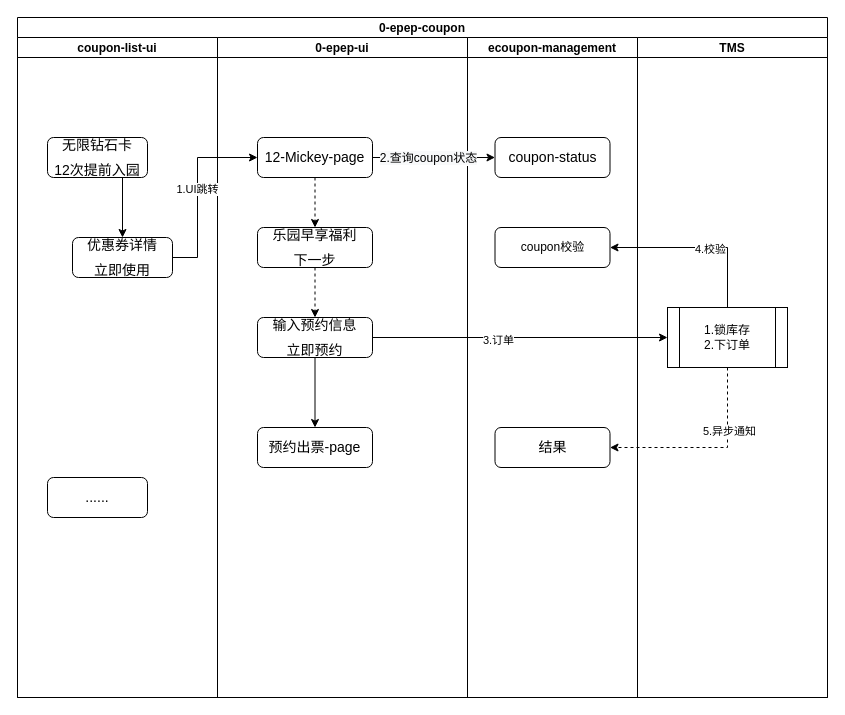
Earlier version of the draw.io diagram disney/0-epep-coupon.drawio (lixyu/draw). Source tidied: cells renumbered, new cells numbered last; positions are measured from the earlier drawing's top-left corner, leaving out a move shared by most shapes. Both pictures are drawn from the tidied source at 100%, with x=0, y=0 at pixel (17, 17).
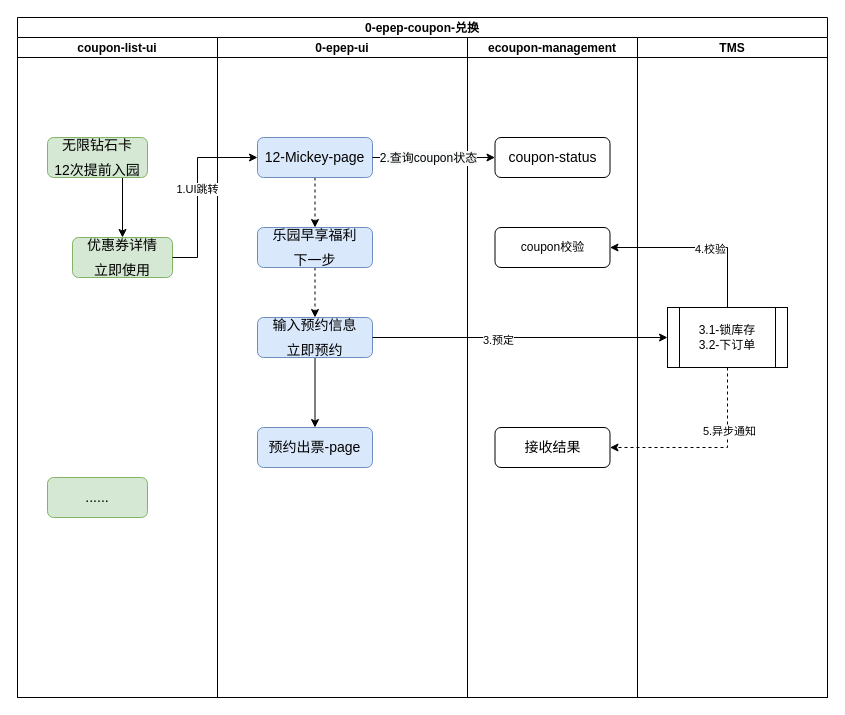
The same diagram, later.

The change refers to these unchanged cells:
```xml
<mxCell id="3" value="coupon-list-ui" style="swimlane;startSize=20;" parent="2" vertex="1">
  <mxGeometry y="20" width="200" height="660" as="geometry" />
</mxCell>
<mxCell id="8" value="0-epep-ui" style="swimlane;startSize=20;" parent="2" vertex="1">
  <mxGeometry x="200" y="20" width="250" height="660" as="geometry" />
</mxCell>
<mxCell id="16" value="ecoupon-management" style="swimlane;startSize=20;" parent="2" vertex="1">
  <mxGeometry x="450" y="20" width="170" height="660" as="geometry" />
</mxCell>
<mxCell id="20" value="TMS" style="swimlane;startSize=20;" parent="2" vertex="1">
  <mxGeometry x="620" y="20" width="190" height="660" as="geometry" />
</mxCell>
<mxCell id="25" style="edgeStyle=orthogonalEdgeStyle;rounded=0;jettySize=auto;html=1;exitX=1;exitY=0.5;exitDx=0;exitDy=0;entryX=0;entryY=0.5;entryDx=0;entryDy=0;" parent="2" edge="1" source="14" target="21">
  <mxGeometry relative="1" as="geometry" />
</mxCell>
```

The edit, as a diff of the source:
```diff
@@
-    <mxCell id="2" value="0-epep-coupon" style="swimlane;startSize=20;" parent="1" vertex="1">
+    <mxCell id="2" value="0-epep-coupon-兑换" style="swimlane;startSize=20;" parent="1" vertex="1">
       <mxGeometry width="810" height="680" as="geometry" />
     </mxCell>
@@
-    <mxCell id="5" value="&lt;div style=&quot;line-height: 1.75 ; font-size: 14px&quot;&gt;无限钻石卡&lt;/div&gt;&lt;div style=&quot;line-height: 1.75 ; font-size: 14px&quot;&gt;12次提前入园&lt;/div&gt;" style="rounded=1;whiteSpace=wrap;html=1;align=center;" parent="3" vertex="1">
+    <mxCell id="5" value="&lt;div style=&quot;line-height: 1.75 ; font-size: 14px&quot;&gt;无限钻石卡&lt;/div&gt;&lt;div style=&quot;line-height: 1.75 ; font-size: 14px&quot;&gt;12次提前入园&lt;/div&gt;" style="rounded=1;whiteSpace=wrap;html=1;align=center;fillColor=#d5e8d4;strokeColor=#82b366;" parent="3" vertex="1">
       <mxGeometry x="30" y="100" width="100" height="40" as="geometry" />
     </mxCell>
-    <mxCell id="6" value="&lt;div style=&quot;text-align: left ; line-height: 1.75 ; font-size: 14px&quot;&gt;......&lt;/div&gt;" style="rounded=1;whiteSpace=wrap;html=1;" parent="3" vertex="1">
+    <mxCell id="6" value="&lt;div style=&quot;text-align: left ; line-height: 1.75 ; font-size: 14px&quot;&gt;......&lt;/div&gt;" style="rounded=1;whiteSpace=wrap;html=1;fillColor=#d5e8d4;strokeColor=#82b366;" parent="3" vertex="1">
       <mxGeometry x="30" y="440" width="100" height="40" as="geometry" />
     </mxCell>
-    <mxCell id="7" value="&lt;div style=&quot;line-height: 1.75 ; font-size: 14px&quot;&gt;优惠券详情&lt;/div&gt;&lt;div style=&quot;line-height: 1.75 ; font-size: 14px&quot;&gt;立即使用&lt;/div&gt;" style="rounded=1;whiteSpace=wrap;html=1;align=center;" parent="3" vertex="1">
+    <mxCell id="7" value="&lt;div style=&quot;line-height: 1.75 ; font-size: 14px&quot;&gt;优惠券详情&lt;/div&gt;&lt;div style=&quot;line-height: 1.75 ; font-size: 14px&quot;&gt;立即使用&lt;/div&gt;" style="rounded=1;whiteSpace=wrap;html=1;align=center;fillColor=#d5e8d4;strokeColor=#82b366;" parent="3" vertex="1">
       <mxGeometry x="55" y="200" width="100" height="40" as="geometry" />
     </mxCell>
@@
-    <mxCell id="10" value="&lt;div style=&quot;text-align: left ; line-height: 1.75 ; font-size: 14px&quot;&gt;12-Mickey-page&lt;/div&gt;" style="rounded=1;whiteSpace=wrap;html=1;" parent="8" vertex="1">
+    <mxCell id="10" value="&lt;div style=&quot;text-align: left ; line-height: 1.75 ; font-size: 14px&quot;&gt;12-Mickey-page&lt;/div&gt;" style="rounded=1;whiteSpace=wrap;html=1;fillColor=#dae8fc;strokeColor=#6c8ebf;" parent="8" vertex="1">
       <mxGeometry x="40" y="100" width="115" height="40" as="geometry" />
     </mxCell>
@@
-    <mxCell id="12" value="&lt;div style=&quot;line-height: 1.75 ; font-size: 14px&quot;&gt;乐园早享福利&lt;/div&gt;&lt;div style=&quot;line-height: 1.75 ; font-size: 14px&quot;&gt;下一步&lt;/div&gt;" style="rounded=1;whiteSpace=wrap;html=1;align=center;" parent="8" vertex="1">
+    <mxCell id="12" value="&lt;div style=&quot;line-height: 1.75 ; font-size: 14px&quot;&gt;乐园早享福利&lt;/div&gt;&lt;div style=&quot;line-height: 1.75 ; font-size: 14px&quot;&gt;下一步&lt;/div&gt;" style="rounded=1;whiteSpace=wrap;html=1;align=center;fillColor=#dae8fc;strokeColor=#6c8ebf;" parent="8" vertex="1">
       <mxGeometry x="40" y="190" width="115" height="40" as="geometry" />
     </mxCell>
@@
-    <mxCell id="14" value="&lt;div style=&quot;line-height: 1.75 ; font-size: 14px&quot;&gt;输入预约信息&lt;/div&gt;&lt;div style=&quot;line-height: 1.75 ; font-size: 14px&quot;&gt;立即预约&lt;/div&gt;" style="rounded=1;whiteSpace=wrap;html=1;align=center;" parent="8" vertex="1">
+    <mxCell id="14" value="&lt;div style=&quot;line-height: 1.75 ; font-size: 14px&quot;&gt;输入预约信息&lt;/div&gt;&lt;div style=&quot;line-height: 1.75 ; font-size: 14px&quot;&gt;立即预约&lt;/div&gt;" style="rounded=1;whiteSpace=wrap;html=1;align=center;fillColor=#dae8fc;strokeColor=#6c8ebf;" parent="8" vertex="1">
       <mxGeometry x="40" y="280" width="115" height="40" as="geometry" />
     </mxCell>
-    <mxCell id="15" value="&lt;div style=&quot;line-height: 1.75 ; font-size: 14px&quot;&gt;预约出票-page&lt;/div&gt;" style="rounded=1;whiteSpace=wrap;html=1;align=center;" parent="8" vertex="1">
+    <mxCell id="15" value="&lt;div style=&quot;line-height: 1.75 ; font-size: 14px&quot;&gt;预约出票-page&lt;/div&gt;" style="rounded=1;whiteSpace=wrap;html=1;align=center;fillColor=#dae8fc;strokeColor=#6c8ebf;" parent="8" vertex="1">
       <mxGeometry x="40" y="390" width="115" height="40" as="geometry" />
     </mxCell>
@@
-    <mxCell id="19" value="&lt;div style=&quot;text-align: left ; line-height: 1.75 ; font-size: 14px&quot;&gt;结果&lt;/div&gt;" style="rounded=1;whiteSpace=wrap;html=1;" parent="16" vertex="1">
+    <mxCell id="19" value="&lt;div style=&quot;text-align: left ; line-height: 1.75 ; font-size: 14px&quot;&gt;接收结果&lt;/div&gt;" style="rounded=1;whiteSpace=wrap;html=1;" parent="16" vertex="1">
       <mxGeometry x="27.5" y="390" width="115" height="40" as="geometry" />
     </mxCell>
@@
-    <mxCell id="21" value="1.锁库存&lt;br&gt;2.下订单" style="shape=process;whiteSpace=wrap;html=1;backgroundOutline=1;" parent="20" vertex="1">
+    <mxCell id="21" value="3.1-锁库存&lt;br&gt;3.2-下订单" style="shape=process;whiteSpace=wrap;html=1;backgroundOutline=1;" parent="20" vertex="1">
       <mxGeometry x="30" y="270" width="120" height="60" as="geometry" />
     </mxCell>
@@
-    <mxCell id="26" value="3.订单" style="edgeLabel;html=1;align=center;verticalAlign=middle;" parent="25" vertex="1">
+    <mxCell id="26" value="3.预定" style="edgeLabel;html=1;align=center;verticalAlign=middle;" parent="25" vertex="1">
       <mxGeometry x="-0.15" y="-2" relative="1" as="geometry" />
     </mxCell>
```
